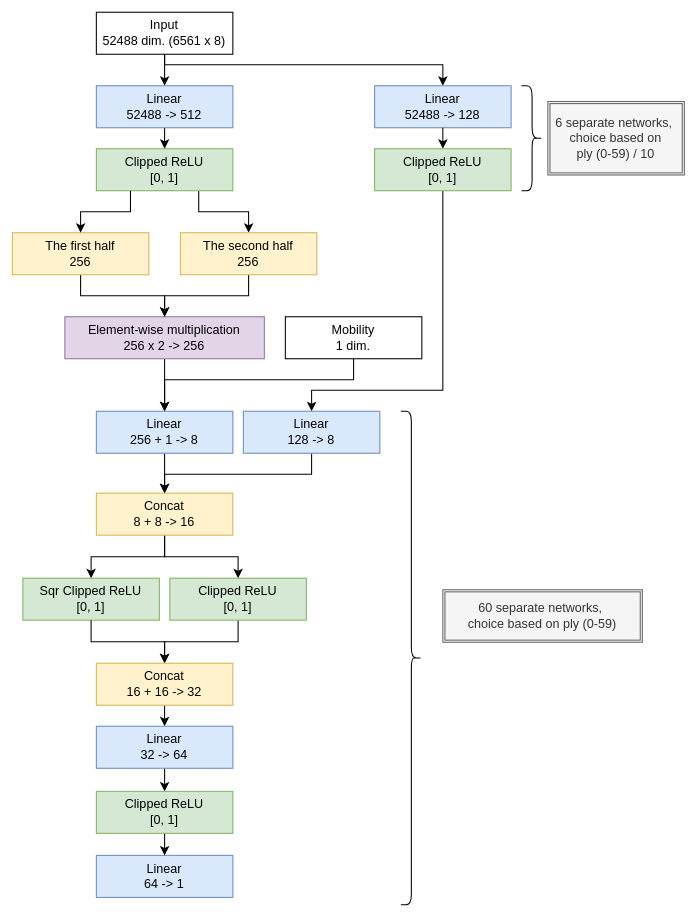
The draw.io diagram docs/img/nn_architecture.svg in natsutteatsuiyone/neural-reversi, before a commit. Source tidied: cells renumbered, new cells last; positions are measured from the earlier drawing's top-left corner, leaving out a move shared by most shapes. Its diagram source:
```xml
<mxGraphModel>
  <root>
    <mxCell id="0" />
    <mxCell id="1" parent="0" />
    <mxCell id="2" style="edgeStyle=orthogonalEdgeStyle;rounded=0;jettySize=auto;html=1;entryX=0.5;entryY=0;entryDx=0;entryDy=0;" parent="1" edge="1" source="4" target="17">
      <mxGeometry relative="1" as="geometry" />
    </mxCell>
    <mxCell id="3" style="edgeStyle=orthogonalEdgeStyle;rounded=0;jettySize=auto;html=1;exitX=0.5;exitY=1;exitDx=0;exitDy=0;entryX=0.5;entryY=0;entryDx=0;entryDy=0;" parent="1" edge="1" source="4" target="30">
      <mxGeometry relative="1" as="geometry">
        <Array as="points">
          <mxPoint x="280" y="50" />
          <mxPoint x="490" y="50" />
        </Array>
      </mxGeometry>
    </mxCell>
    <mxCell id="4" value="Input&lt;div&gt;52488 dim. (6561 x 8)&lt;/div&gt;" style="rounded=0;whiteSpace=wrap;html=1;" parent="1" vertex="1">
      <mxGeometry x="80" width="130" height="40" as="geometry" />
    </mxCell>
    <mxCell id="5" style="edgeStyle=orthogonalEdgeStyle;rounded=0;jettySize=auto;html=1;" parent="1" edge="1" source="6" target="40">
      <mxGeometry relative="1" as="geometry" />
    </mxCell>
    <mxCell id="6" value="Linear&lt;br&gt;256 + 1 -&amp;gt; 8" style="rounded=0;whiteSpace=wrap;html=1;fillColor=#dae8fc;strokeColor=#6c8ebf;" parent="1" vertex="1">
      <mxGeometry x="80" y="380" width="130" height="40" as="geometry" />
    </mxCell>
    <mxCell id="7" style="edgeStyle=orthogonalEdgeStyle;rounded=0;orthogonalLoop=1;jettySize=auto;html=1;entryX=0.5;entryY=0;entryDx=0;entryDy=0;" parent="1" edge="1">
      <mxGeometry relative="1" as="geometry">
        <mxPoint x="315" y="545" as="sourcePoint" />
      </mxGeometry>
    </mxCell>
    <mxCell id="8" style="edgeStyle=orthogonalEdgeStyle;rounded=0;jettySize=auto;html=1;entryX=0.5;entryY=0;entryDx=0;entryDy=0;exitX=0.5;exitY=1;exitDx=0;exitDy=0;" parent="1" edge="1" source="44" target="10">
      <mxGeometry relative="1" as="geometry" />
    </mxCell>
    <mxCell id="9" style="edgeStyle=orthogonalEdgeStyle;rounded=0;jettySize=auto;html=1;entryX=0.5;entryY=0;entryDx=0;entryDy=0;" parent="1" edge="1" source="10" target="15">
      <mxGeometry relative="1" as="geometry" />
    </mxCell>
    <mxCell id="10" value="Linear&lt;br&gt;32 -&amp;gt; 64" style="rounded=0;whiteSpace=wrap;html=1;fillColor=#dae8fc;strokeColor=#6c8ebf;" parent="1" vertex="1">
      <mxGeometry x="80" y="680" width="130" height="40" as="geometry" />
    </mxCell>
    <mxCell id="11" style="shape=curlyBracket;whiteSpace=wrap;html=1;rounded=1;flipH=1;" parent="1" vertex="1">
      <mxGeometry x="370" y="380" width="20" height="470" as="geometry" />
    </mxCell>
    <mxCell id="12" value="60 separate networks,&amp;nbsp;&lt;div&gt;choice based on ply (0-59)&lt;/div&gt;" style="shape=ext;double=1;rounded=0;whiteSpace=wrap;html=1;fillColor=#f5f5f5;fontColor=#333333;strokeColor=#666666;" parent="1" vertex="1">
      <mxGeometry x="410" y="550" width="190" height="50" as="geometry" />
    </mxCell>
    <mxCell id="13" value="Linear&lt;br&gt;64 -&amp;gt; 1" style="rounded=0;whiteSpace=wrap;html=1;fillColor=#dae8fc;strokeColor=#6c8ebf;" parent="1" vertex="1">
      <mxGeometry x="80" y="803" width="130" height="40" as="geometry" />
    </mxCell>
    <mxCell id="14" style="edgeStyle=orthogonalEdgeStyle;rounded=0;jettySize=auto;html=1;" parent="1" edge="1" source="15" target="13">
      <mxGeometry relative="1" as="geometry" />
    </mxCell>
    <mxCell id="15" value="Clipped ReLU&lt;div&gt;[0, 1]&lt;/div&gt;" style="rounded=0;whiteSpace=wrap;html=1;fillColor=#d5e8d4;strokeColor=#82b366;" parent="1" vertex="1">
      <mxGeometry x="80" y="742" width="130" height="40" as="geometry" />
    </mxCell>
    <mxCell id="16" style="edgeStyle=orthogonalEdgeStyle;rounded=0;jettySize=auto;html=1;entryX=0.5;entryY=0;entryDx=0;entryDy=0;" parent="1" edge="1" source="17" target="19">
      <mxGeometry relative="1" as="geometry" />
    </mxCell>
    <mxCell id="17" value="Linear&lt;br&gt;52488 -&amp;gt; 512" style="rounded=0;whiteSpace=wrap;html=1;fillColor=#dae8fc;strokeColor=#6c8ebf;" parent="1" vertex="1">
      <mxGeometry x="80" y="70" width="130" height="40" as="geometry" />
    </mxCell>
    <mxCell id="18" style="edgeStyle=orthogonalEdgeStyle;rounded=0;jettySize=auto;html=1;entryX=0.5;entryY=0;entryDx=0;entryDy=0;exitX=0.75;exitY=1;exitDx=0;exitDy=0;" parent="1" edge="1" source="19" target="28">
      <mxGeometry relative="1" as="geometry" />
    </mxCell>
    <mxCell id="19" value="Clipped ReLU&lt;div&gt;[0, 1]&lt;/div&gt;" style="rounded=0;whiteSpace=wrap;html=1;fillColor=#d5e8d4;strokeColor=#82b366;" parent="1" vertex="1">
      <mxGeometry x="80" y="130" width="130" height="40" as="geometry" />
    </mxCell>
    <mxCell id="20" style="edgeStyle=orthogonalEdgeStyle;rounded=0;jettySize=auto;html=1;exitX=0.5;exitY=1;exitDx=0;exitDy=0;entryX=0.5;entryY=0;entryDx=0;entryDy=0;" parent="1" edge="1" source="21" target="6">
      <mxGeometry relative="1" as="geometry" />
    </mxCell>
    <mxCell id="21" value="Element-wise multiplication&lt;div&gt;256 x 2 -&amp;gt; 256&lt;/div&gt;" style="rounded=0;whiteSpace=wrap;html=1;fillColor=#e1d5e7;strokeColor=#9673a6;" parent="1" vertex="1">
      <mxGeometry x="50" y="290" width="190" height="40" as="geometry" />
    </mxCell>
    <mxCell id="22" value="Sqr Clipped ReLU&lt;div&gt;[0, 1]&lt;/div&gt;" style="rounded=0;whiteSpace=wrap;html=1;fillColor=#d5e8d4;strokeColor=#82b366;" parent="1" vertex="1">
      <mxGeometry x="10" y="539" width="130" height="40" as="geometry" />
    </mxCell>
    <mxCell id="23" style="edgeStyle=orthogonalEdgeStyle;rounded=0;jettySize=auto;html=1;entryX=0.5;entryY=0;entryDx=0;entryDy=0;" parent="1" edge="1" source="24" target="44">
      <mxGeometry relative="1" as="geometry" />
    </mxCell>
    <mxCell id="24" value="Clipped ReLU&lt;div&gt;[0, 1]&lt;/div&gt;" style="rounded=0;whiteSpace=wrap;html=1;fillColor=#d5e8d4;strokeColor=#82b366;" parent="1" vertex="1">
      <mxGeometry x="150" y="539" width="130" height="40" as="geometry" />
    </mxCell>
    <mxCell id="25" style="edgeStyle=orthogonalEdgeStyle;rounded=0;jettySize=auto;html=1;" parent="1" edge="1" source="26" target="21">
      <mxGeometry relative="1" as="geometry" />
    </mxCell>
    <mxCell id="26" value="&lt;div&gt;The first half&lt;/div&gt;256" style="rounded=0;whiteSpace=wrap;html=1;fillColor=#fff2cc;strokeColor=#d6b656;" parent="1" vertex="1">
      <mxGeometry y="210" width="130" height="40" as="geometry" />
    </mxCell>
    <mxCell id="27" style="edgeStyle=orthogonalEdgeStyle;rounded=0;jettySize=auto;html=1;entryX=0.5;entryY=0;entryDx=0;entryDy=0;" parent="1" edge="1" source="28" target="21">
      <mxGeometry relative="1" as="geometry" />
    </mxCell>
    <mxCell id="28" value="&lt;div&gt;The second half&lt;/div&gt;256" style="rounded=0;whiteSpace=wrap;html=1;fillColor=#fff2cc;strokeColor=#d6b656;" parent="1" vertex="1">
      <mxGeometry x="160" y="210" width="130" height="40" as="geometry" />
    </mxCell>
    <mxCell id="29" style="edgeStyle=orthogonalEdgeStyle;rounded=0;jettySize=auto;html=1;entryX=0.5;entryY=0;entryDx=0;entryDy=0;exitX=0.25;exitY=1;exitDx=0;exitDy=0;" parent="1" edge="1" source="19" target="26">
      <mxGeometry relative="1" as="geometry" />
    </mxCell>
    <mxCell id="30" value="Linear&lt;br&gt;52488 -&amp;gt; 128" style="rounded=0;whiteSpace=wrap;html=1;fillColor=#dae8fc;strokeColor=#6c8ebf;" parent="1" vertex="1">
      <mxGeometry x="345" y="70" width="130" height="40" as="geometry" />
    </mxCell>
    <mxCell id="31" style="edgeStyle=orthogonalEdgeStyle;rounded=0;jettySize=auto;html=1;entryX=0.5;entryY=0;entryDx=0;entryDy=0;exitX=0.5;exitY=1;exitDx=0;exitDy=0;" parent="1" edge="1" source="30" target="33">
      <mxGeometry relative="1" as="geometry" />
    </mxCell>
    <mxCell id="32" style="edgeStyle=orthogonalEdgeStyle;rounded=0;jettySize=auto;html=1;exitX=0.5;exitY=1;exitDx=0;exitDy=0;" parent="1" edge="1" source="33" target="42">
      <mxGeometry relative="1" as="geometry">
        <Array as="points">
          <mxPoint x="410" y="360" />
          <mxPoint x="285" y="360" />
        </Array>
      </mxGeometry>
    </mxCell>
    <mxCell id="33" value="Clipped ReLU&lt;div&gt;[0, 1]&lt;/div&gt;" style="rounded=0;whiteSpace=wrap;html=1;fillColor=#d5e8d4;strokeColor=#82b366;" parent="1" vertex="1">
      <mxGeometry x="345" y="130" width="130" height="40" as="geometry" />
    </mxCell>
    <mxCell id="34" style="shape=curlyBracket;whiteSpace=wrap;html=1;rounded=1;flipH=1;" parent="1" vertex="1">
      <mxGeometry x="485" y="70" width="20" height="100" as="geometry" />
    </mxCell>
    <mxCell id="35" value="6 separate networks,&amp;nbsp;&lt;div&gt;choice based on&lt;/div&gt;&lt;div&gt;ply (0-59) / 10&lt;/div&gt;" style="shape=ext;double=1;rounded=0;whiteSpace=wrap;html=1;fillColor=#f5f5f5;fontColor=#333333;strokeColor=#666666;" parent="1" vertex="1">
      <mxGeometry x="510" y="85" width="130" height="70" as="geometry" />
    </mxCell>
    <mxCell id="36" style="edgeStyle=orthogonalEdgeStyle;rounded=0;jettySize=auto;html=1;" parent="1" edge="1" source="37" target="6">
      <mxGeometry relative="1" as="geometry">
        <Array as="points">
          <mxPoint x="325" y="350" />
          <mxPoint x="145" y="350" />
        </Array>
      </mxGeometry>
    </mxCell>
    <mxCell id="37" value="Mobility&lt;br&gt;&lt;div&gt;1 dim.&lt;/div&gt;" style="rounded=0;whiteSpace=wrap;html=1;" parent="1" vertex="1">
      <mxGeometry x="260" y="290" width="130" height="40" as="geometry" />
    </mxCell>
    <mxCell id="38" style="edgeStyle=orthogonalEdgeStyle;rounded=0;jettySize=auto;html=1;" parent="1" edge="1" source="40" target="22">
      <mxGeometry relative="1" as="geometry" />
    </mxCell>
    <mxCell id="39" style="edgeStyle=orthogonalEdgeStyle;rounded=0;jettySize=auto;html=1;" parent="1" edge="1" source="40" target="24">
      <mxGeometry relative="1" as="geometry" />
    </mxCell>
    <mxCell id="40" value="Concat&lt;br&gt;8 + 8 -&amp;gt; 16" style="rounded=0;whiteSpace=wrap;html=1;fillColor=#fff2cc;strokeColor=#d6b656;" parent="1" vertex="1">
      <mxGeometry x="80" y="458" width="130" height="40" as="geometry" />
    </mxCell>
    <mxCell id="41" style="edgeStyle=orthogonalEdgeStyle;rounded=0;jettySize=auto;html=1;entryX=0.5;entryY=0;entryDx=0;entryDy=0;" parent="1" edge="1" source="42" target="40">
      <mxGeometry relative="1" as="geometry">
        <Array as="points">
          <mxPoint x="285" y="440" />
          <mxPoint x="145" y="440" />
        </Array>
      </mxGeometry>
    </mxCell>
    <mxCell id="42" value="Linear&lt;br&gt;128 -&amp;gt; 8" style="rounded=0;whiteSpace=wrap;html=1;fillColor=#dae8fc;strokeColor=#6c8ebf;" parent="1" vertex="1">
      <mxGeometry x="220" y="380" width="130" height="40" as="geometry" />
    </mxCell>
    <mxCell id="43" style="edgeStyle=orthogonalEdgeStyle;rounded=0;jettySize=auto;html=1;entryX=0.5;entryY=0;entryDx=0;entryDy=0;exitX=0.5;exitY=1;exitDx=0;exitDy=0;" parent="1" edge="1" source="22" target="44">
      <mxGeometry relative="1" as="geometry" />
    </mxCell>
    <mxCell id="44" value="&lt;div&gt;Concat&lt;/div&gt;16 + 16 -&amp;gt; 32" style="rounded=0;whiteSpace=wrap;html=1;fillColor=#fff2cc;strokeColor=#d6b656;" parent="1" vertex="1">
      <mxGeometry x="80" y="620" width="130" height="40" as="geometry" />
    </mxCell>
  </root>
</mxGraphModel>
```
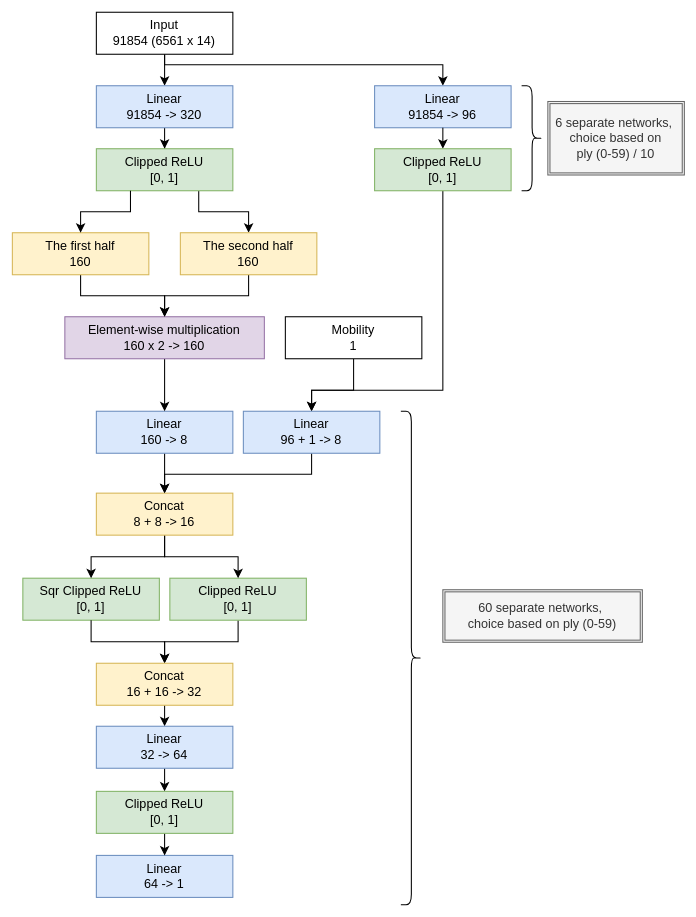
After the change.

Diff of the diagram source:
```diff
@@ -13,13 +13,13 @@
         </Array>
       </mxGeometry>
     </mxCell>
-    <mxCell id="4" value="Input&lt;div&gt;52488 dim. (6561 x 8)&lt;/div&gt;" style="rounded=0;whiteSpace=wrap;html=1;" parent="1" vertex="1">
+    <mxCell id="4" value="Input&lt;div&gt;91854 (6561 x 14)&lt;/div&gt;" style="rounded=0;whiteSpace=wrap;html=1;" parent="1" vertex="1">
       <mxGeometry x="80" width="130" height="40" as="geometry" />
     </mxCell>
     <mxCell id="5" style="edgeStyle=orthogonalEdgeStyle;rounded=0;jettySize=auto;html=1;" parent="1" edge="1" source="6" target="40">
       <mxGeometry relative="1" as="geometry" />
     </mxCell>
-    <mxCell id="6" value="Linear&lt;br&gt;256 + 1 -&amp;gt; 8" style="rounded=0;whiteSpace=wrap;html=1;fillColor=#dae8fc;strokeColor=#6c8ebf;" parent="1" vertex="1">
+    <mxCell id="6" value="Linear&lt;br&gt;160 -&amp;gt; 8" style="rounded=0;whiteSpace=wrap;html=1;fillColor=#dae8fc;strokeColor=#6c8ebf;" parent="1" vertex="1">
       <mxGeometry x="80" y="380" width="130" height="40" as="geometry" />
     </mxCell>
     <mxCell id="7" style="edgeStyle=orthogonalEdgeStyle;rounded=0;orthogonalLoop=1;jettySize=auto;html=1;entryX=0.5;entryY=0;entryDx=0;entryDy=0;" parent="1" edge="1">
@@ -54,7 +54,7 @@
     <mxCell id="16" style="edgeStyle=orthogonalEdgeStyle;rounded=0;jettySize=auto;html=1;entryX=0.5;entryY=0;entryDx=0;entryDy=0;" parent="1" edge="1" source="17" target="19">
       <mxGeometry relative="1" as="geometry" />
     </mxCell>
-    <mxCell id="17" value="Linear&lt;br&gt;52488 -&amp;gt; 512" style="rounded=0;whiteSpace=wrap;html=1;fillColor=#dae8fc;strokeColor=#6c8ebf;" parent="1" vertex="1">
+    <mxCell id="17" value="Linear&lt;br&gt;91854 -&amp;gt; 320" style="rounded=0;whiteSpace=wrap;html=1;fillColor=#dae8fc;strokeColor=#6c8ebf;" parent="1" vertex="1">
       <mxGeometry x="80" y="70" width="130" height="40" as="geometry" />
     </mxCell>
     <mxCell id="18" style="edgeStyle=orthogonalEdgeStyle;rounded=0;jettySize=auto;html=1;entryX=0.5;entryY=0;entryDx=0;entryDy=0;exitX=0.75;exitY=1;exitDx=0;exitDy=0;" parent="1" edge="1" source="19" target="28">
@@ -66,7 +66,7 @@
     <mxCell id="20" style="edgeStyle=orthogonalEdgeStyle;rounded=0;jettySize=auto;html=1;exitX=0.5;exitY=1;exitDx=0;exitDy=0;entryX=0.5;entryY=0;entryDx=0;entryDy=0;" parent="1" edge="1" source="21" target="6">
       <mxGeometry relative="1" as="geometry" />
     </mxCell>
-    <mxCell id="21" value="Element-wise multiplication&lt;div&gt;256 x 2 -&amp;gt; 256&lt;/div&gt;" style="rounded=0;whiteSpace=wrap;html=1;fillColor=#e1d5e7;strokeColor=#9673a6;" parent="1" vertex="1">
+    <mxCell id="21" value="Element-wise multiplication&lt;div&gt;160 x 2 -&amp;gt; 160&lt;/div&gt;" style="rounded=0;whiteSpace=wrap;html=1;fillColor=#e1d5e7;strokeColor=#9673a6;" parent="1" vertex="1">
       <mxGeometry x="50" y="290" width="190" height="40" as="geometry" />
     </mxCell>
     <mxCell id="22" value="Sqr Clipped ReLU&lt;div&gt;[0, 1]&lt;/div&gt;" style="rounded=0;whiteSpace=wrap;html=1;fillColor=#d5e8d4;strokeColor=#82b366;" parent="1" vertex="1">
@@ -81,19 +81,19 @@
     <mxCell id="25" style="edgeStyle=orthogonalEdgeStyle;rounded=0;jettySize=auto;html=1;" parent="1" edge="1" source="26" target="21">
       <mxGeometry relative="1" as="geometry" />
     </mxCell>
-    <mxCell id="26" value="&lt;div&gt;The first half&lt;/div&gt;256" style="rounded=0;whiteSpace=wrap;html=1;fillColor=#fff2cc;strokeColor=#d6b656;" parent="1" vertex="1">
+    <mxCell id="26" value="&lt;div&gt;The first half&lt;/div&gt;160" style="rounded=0;whiteSpace=wrap;html=1;fillColor=#fff2cc;strokeColor=#d6b656;" parent="1" vertex="1">
       <mxGeometry y="210" width="130" height="40" as="geometry" />
     </mxCell>
     <mxCell id="27" style="edgeStyle=orthogonalEdgeStyle;rounded=0;jettySize=auto;html=1;entryX=0.5;entryY=0;entryDx=0;entryDy=0;" parent="1" edge="1" source="28" target="21">
       <mxGeometry relative="1" as="geometry" />
     </mxCell>
-    <mxCell id="28" value="&lt;div&gt;The second half&lt;/div&gt;256" style="rounded=0;whiteSpace=wrap;html=1;fillColor=#fff2cc;strokeColor=#d6b656;" parent="1" vertex="1">
+    <mxCell id="28" value="&lt;div&gt;The second half&lt;/div&gt;160" style="rounded=0;whiteSpace=wrap;html=1;fillColor=#fff2cc;strokeColor=#d6b656;" parent="1" vertex="1">
       <mxGeometry x="160" y="210" width="130" height="40" as="geometry" />
     </mxCell>
     <mxCell id="29" style="edgeStyle=orthogonalEdgeStyle;rounded=0;jettySize=auto;html=1;entryX=0.5;entryY=0;entryDx=0;entryDy=0;exitX=0.25;exitY=1;exitDx=0;exitDy=0;" parent="1" edge="1" source="19" target="26">
       <mxGeometry relative="1" as="geometry" />
     </mxCell>
-    <mxCell id="30" value="Linear&lt;br&gt;52488 -&amp;gt; 128" style="rounded=0;whiteSpace=wrap;html=1;fillColor=#dae8fc;strokeColor=#6c8ebf;" parent="1" vertex="1">
+    <mxCell id="30" value="Linear&lt;br&gt;91854 -&amp;gt; 96" style="rounded=0;whiteSpace=wrap;html=1;fillColor=#dae8fc;strokeColor=#6c8ebf;" parent="1" vertex="1">
       <mxGeometry x="345" y="70" width="130" height="40" as="geometry" />
     </mxCell>
     <mxCell id="31" style="edgeStyle=orthogonalEdgeStyle;rounded=0;jettySize=auto;html=1;entryX=0.5;entryY=0;entryDx=0;entryDy=0;exitX=0.5;exitY=1;exitDx=0;exitDy=0;" parent="1" edge="1" source="30" target="33">
@@ -116,15 +116,15 @@
     <mxCell id="35" value="6 separate networks,&amp;nbsp;&lt;div&gt;choice based on&lt;/div&gt;&lt;div&gt;ply (0-59) / 10&lt;/div&gt;" style="shape=ext;double=1;rounded=0;whiteSpace=wrap;html=1;fillColor=#f5f5f5;fontColor=#333333;strokeColor=#666666;" parent="1" vertex="1">
       <mxGeometry x="510" y="85" width="130" height="70" as="geometry" />
     </mxCell>
-    <mxCell id="36" style="edgeStyle=orthogonalEdgeStyle;rounded=0;jettySize=auto;html=1;" parent="1" edge="1" source="37" target="6">
-      <mxGeometry relative="1" as="geometry">
-        <Array as="points">
-          <mxPoint x="325" y="350" />
-          <mxPoint x="145" y="350" />
-        </Array>
-      </mxGeometry>
-    </mxCell>
+    <mxCell id="45" style="edgeStyle=orthogonalEdgeStyle;rounded=0;jettySize=auto;html=1;entryX=0.5;entryY=0;entryDx=0;entryDy=0;" parent="1" edge="1" source="37" target="42">
+      <mxGeometry relative="1" as="geometry">
+        <Array as="points">
+          <mxPoint x="325" y="360" />
+          <mxPoint x="285" y="360" />
+        </Array>
+      </mxGeometry>
+    </mxCell>
-    <mxCell id="37" value="Mobility&lt;br&gt;&lt;div&gt;1 dim.&lt;/div&gt;" style="rounded=0;whiteSpace=wrap;html=1;" parent="1" vertex="1">
+    <mxCell id="37" value="Mobility&lt;br&gt;&lt;div&gt;1&lt;/div&gt;" style="rounded=0;whiteSpace=wrap;html=1;" parent="1" vertex="1">
       <mxGeometry x="260" y="290" width="130" height="40" as="geometry" />
     </mxCell>
     <mxCell id="38" style="edgeStyle=orthogonalEdgeStyle;rounded=0;jettySize=auto;html=1;" parent="1" edge="1" source="40" target="22">
@@ -144,7 +144,7 @@
         </Array>
       </mxGeometry>
     </mxCell>
-    <mxCell id="42" value="Linear&lt;br&gt;128 -&amp;gt; 8" style="rounded=0;whiteSpace=wrap;html=1;fillColor=#dae8fc;strokeColor=#6c8ebf;" parent="1" vertex="1">
+    <mxCell id="42" value="Linear&lt;br&gt;96 + 1 -&amp;gt; 8" style="rounded=0;whiteSpace=wrap;html=1;fillColor=#dae8fc;strokeColor=#6c8ebf;" parent="1" vertex="1">
       <mxGeometry x="220" y="380" width="130" height="40" as="geometry" />
     </mxCell>
     <mxCell id="43" style="edgeStyle=orthogonalEdgeStyle;rounded=0;jettySize=auto;html=1;entryX=0.5;entryY=0;entryDx=0;entryDy=0;exitX=0.5;exitY=1;exitDx=0;exitDy=0;" parent="1" edge="1" source="22" target="44">
```
